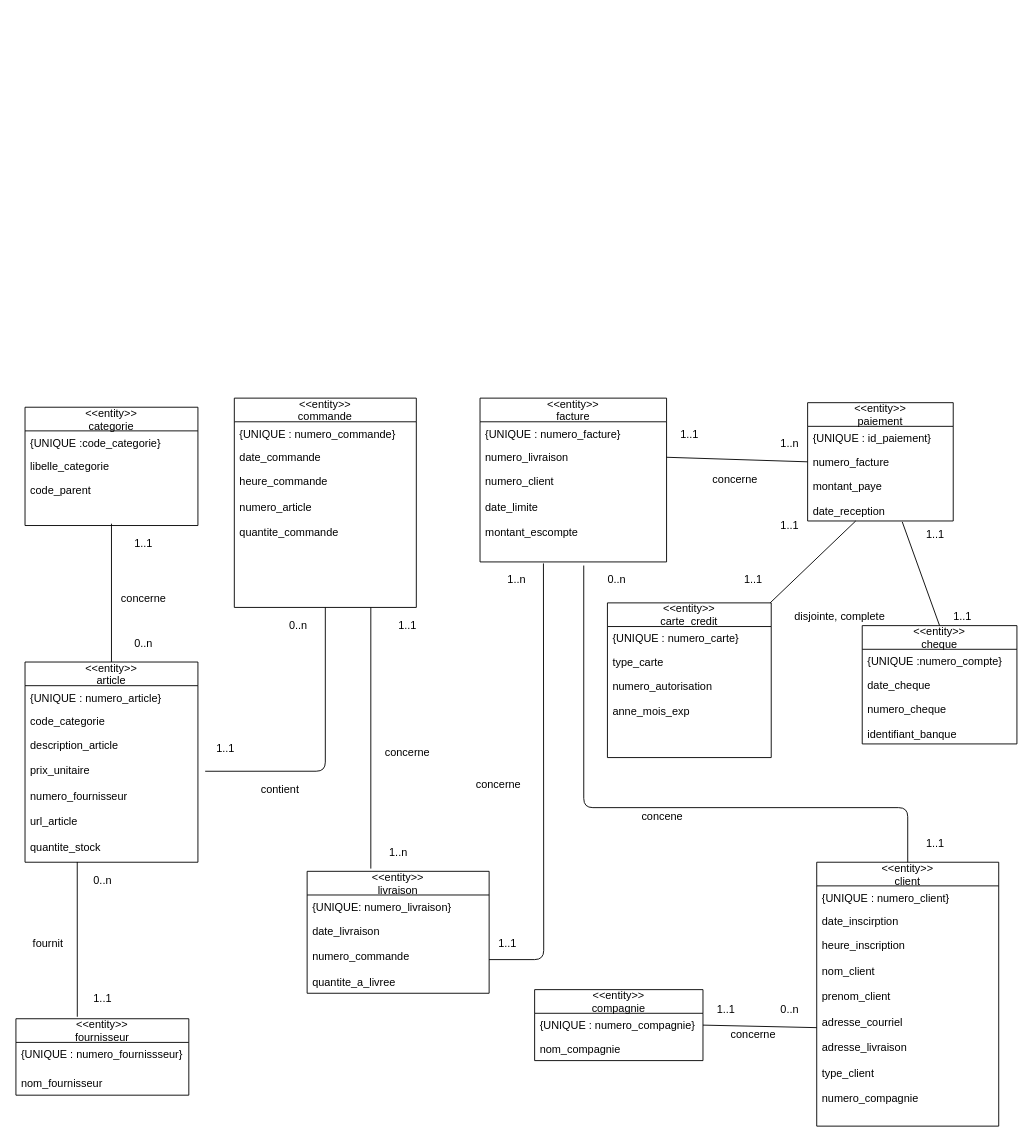
The draw.io diagram Untitled Diagram.drawio in bengattathadjali/MET1110, before the edit. Source tidied: cells renumbered, new cells numbered last; positions are measured from the earlier drawing's top-left corner, leaving out a move shared by most shapes. Both pictures are drawn from the tidied source at 91%, with x=0, y=0 at pixel (15, 398).
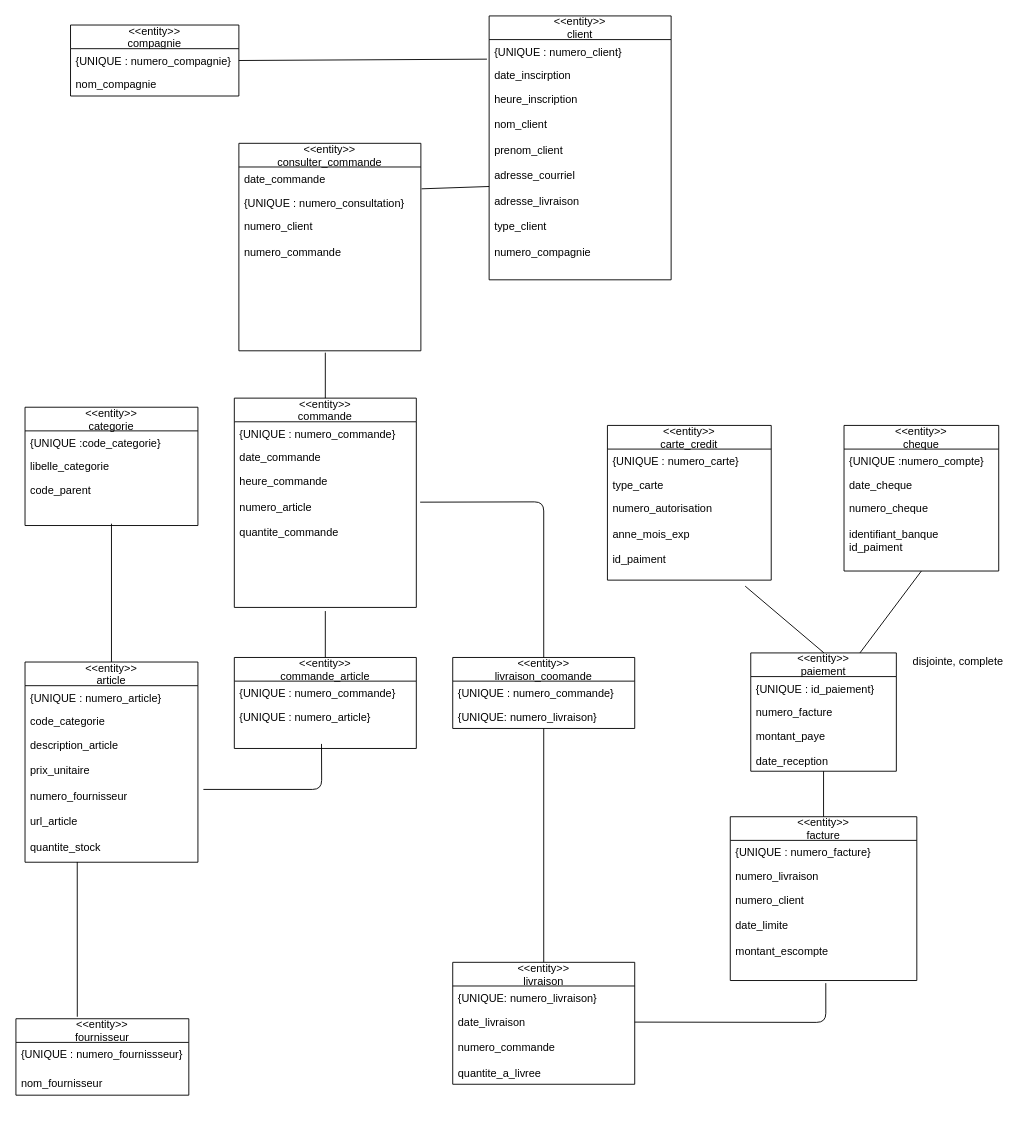
The same diagram, later.

The change refers to these unchanged cells:
```xml
<mxCell id="8" value="description_article&#10;&#10;prix_unitaire&#10;&#10;numero_fournisseur&#10;&#10;url_article&#10;&#10;quantite_stock" style="text;strokeColor=none;fillColor=none;align=left;verticalAlign=top;spacingLeft=4;spacingRight=4;overflow=hidden;points=[[0,0.5],[1,0.5]];portConstraint=eastwest;" parent="5" vertex="1">
  <mxGeometry y="78" width="190" height="142" as="geometry" />
</mxCell>
<mxCell id="15" value="date_livraison&#10;&#10;numero_commande&#10;&#10;quantite_a_livree" style="text;strokeColor=none;fillColor=none;align=left;verticalAlign=top;spacingLeft=4;spacingRight=4;overflow=hidden;points=[[0,0.5],[1,0.5]];portConstraint=eastwest;" parent="13" vertex="1">
  <mxGeometry y="52" width="200" height="82" as="geometry" />
</mxCell>
<mxCell id="16" value="&lt;&lt;entity&gt;&gt;&#10;commande" style="swimlane;fontStyle=0;horizontal=1;startSize=26;fillColor=none;" parent="1" vertex="1">
  <mxGeometry x="240" width="200" height="230" as="geometry" />
</mxCell>
<mxCell id="19" value="heure_commande&#10;&#10;numero_article&#10;&#10;quantite_commande&#10;&#10;" style="text;strokeColor=none;fillColor=none;align=left;verticalAlign=top;spacingLeft=4;spacingRight=4;overflow=hidden;points=[[0,0.5],[1,0.5]];portConstraint=eastwest;" parent="16" vertex="1">
  <mxGeometry y="78" width="200" height="152" as="geometry" />
</mxCell>
<mxCell id="22" value="date_inscirption" style="text;strokeColor=none;fillColor=none;align=left;verticalAlign=top;spacingLeft=4;spacingRight=4;overflow=hidden;points=[[0,0.5],[1,0.5]];portConstraint=eastwest;" parent="20" vertex="1">
  <mxGeometry y="52" width="200" height="26" as="geometry" />
</mxCell>
<mxCell id="23" value="heure_inscription&#10;&#10;nom_client&#10;&#10;prenom_client&#10;&#10;adresse_courriel&#10;&#10;adresse_livraison&#10;&#10;type_client&#10;&#10;numero_compagnie" style="text;strokeColor=none;fillColor=none;align=left;verticalAlign=top;spacingLeft=4;spacingRight=4;overflow=hidden;points=[[0,0.5],[1,0.5]];portConstraint=eastwest;" parent="20" vertex="1">
  <mxGeometry y="78" width="200" height="212" as="geometry" />
</mxCell>
<mxCell id="26" value="numero_livraison" style="text;strokeColor=none;fillColor=none;align=left;verticalAlign=top;spacingLeft=4;spacingRight=4;overflow=hidden;points=[[0,0.5],[1,0.5]];portConstraint=eastwest;" parent="24" vertex="1">
  <mxGeometry y="52" width="205" height="26" as="geometry" />
</mxCell>
<mxCell id="27" value="numero_client&#10;&#10;date_limite&#10;&#10;montant_escompte" style="text;strokeColor=none;fillColor=none;align=left;verticalAlign=top;spacingLeft=4;spacingRight=4;overflow=hidden;points=[[0,0.5],[1,0.5]];portConstraint=eastwest;" parent="24" vertex="1">
  <mxGeometry y="78" width="205" height="102" as="geometry" />
</mxCell>
<mxCell id="29" value="{UNIQUE : numero_compagnie}" style="text;strokeColor=none;fillColor=none;align=left;verticalAlign=top;spacingLeft=4;spacingRight=4;overflow=hidden;points=[[0,0.5],[1,0.5]];portConstraint=eastwest;" parent="28" vertex="1">
  <mxGeometry y="26" width="185" height="26" as="geometry" />
</mxCell>
<mxCell id="33" value="numero_facture" style="text;strokeColor=none;fillColor=none;align=left;verticalAlign=top;spacingLeft=4;spacingRight=4;overflow=hidden;points=[[0,0.5],[1,0.5]];portConstraint=eastwest;" parent="31" vertex="1">
  <mxGeometry y="52" width="160" height="26" as="geometry" />
</mxCell>
<mxCell id="34" value="montant_paye&#10;&#10;date_reception" style="text;strokeColor=none;fillColor=none;align=left;verticalAlign=top;spacingLeft=4;spacingRight=4;overflow=hidden;points=[[0,0.5],[1,0.5]];portConstraint=eastwest;" parent="31" vertex="1">
  <mxGeometry y="78" width="160" height="52" as="geometry" />
</mxCell>
```

Change to the diagram source:
```diff
@@
     <mxCell id="13" value="&lt;&lt;entity&gt;&gt;&#10;livraison" style="swimlane;fontStyle=0;horizontal=1;startSize=26;fillColor=none;" parent="1" vertex="1">
-      <mxGeometry x="320" y="520" width="200" height="134" as="geometry" />
+      <mxGeometry x="480" y="620" width="200" height="134" as="geometry" />
     </mxCell>
@@
     <mxCell id="20" value="&lt;&lt;entity&gt;&gt;&#10;client" style="swimlane;fontStyle=0;horizontal=1;startSize=26;fillColor=none;" parent="1" vertex="1">
-      <mxGeometry x="880" y="510" width="200" height="290" as="geometry" />
+      <mxGeometry x="520" y="-420" width="200" height="290" as="geometry" />
     </mxCell>
@@
     <mxCell id="24" value="&lt;&lt;entity&gt;&gt;&#10;facture" style="swimlane;fontStyle=0;horizontal=1;startSize=26;fillColor=none;" parent="1" vertex="1">
-      <mxGeometry x="510" width="205" height="180" as="geometry" />
+      <mxGeometry x="785" y="460" width="205" height="180" as="geometry" />
     </mxCell>
@@
     <mxCell id="28" value="&lt;&lt;entity&gt;&gt;&#10;compagnie" style="swimlane;fontStyle=0;horizontal=1;startSize=26;fillColor=none;" parent="1" vertex="1">
-      <mxGeometry x="570" y="650" width="185" height="78" as="geometry" />
+      <mxGeometry x="60" y="-410" width="185" height="78" as="geometry" />
     </mxCell>
@@
     <mxCell id="31" value="&lt;&lt;entity&gt;&gt;&#10;paiement" style="swimlane;fontStyle=0;horizontal=1;startSize=26;fillColor=none;" parent="1" vertex="1">
-      <mxGeometry x="870" y="5" width="160" height="130" as="geometry" />
+      <mxGeometry x="807.5" y="280" width="160" height="130" as="geometry" />
     </mxCell>
@@
     <mxCell id="35" value="&lt;&lt;entity&gt;&gt;&#10;carte_credit" style="swimlane;fontStyle=0;horizontal=1;startSize=26;fillColor=none;" parent="1" vertex="1">
-      <mxGeometry x="650" y="225" width="180" height="170" as="geometry" />
+      <mxGeometry x="650" y="30" width="180" height="170" as="geometry" />
     </mxCell>
@@
-    <mxCell id="38" value="numero_autorisation&#10;&#10;anne_mois_exp&#10;&#10;&#10;" style="text;strokeColor=none;fillColor=none;align=left;verticalAlign=top;spacingLeft=4;spacingRight=4;overflow=hidden;points=[[0,0.5],[1,0.5]];portConstraint=eastwest;" parent="35" vertex="1">
+    <mxCell id="38" value="numero_autorisation&#10;&#10;anne_mois_exp&#10;&#10;id_paiment&#10;" style="text;strokeColor=none;fillColor=none;align=left;verticalAlign=top;spacingLeft=4;spacingRight=4;overflow=hidden;points=[[0,0.5],[1,0.5]];portConstraint=eastwest;" parent="35" vertex="1">
       <mxGeometry y="78" width="180" height="92" as="geometry" />
     </mxCell>
     <mxCell id="39" value="&lt;&lt;entity&gt;&gt;&#10;cheque" style="swimlane;fontStyle=0;horizontal=1;startSize=26;fillColor=none;" parent="1" vertex="1">
-      <mxGeometry x="930" y="250" width="170" height="130" as="geometry" />
+      <mxGeometry x="910" y="30" width="170" height="160" as="geometry" />
     </mxCell>
@@
-    <mxCell id="42" value="numero_cheque&#10;&#10;identifiant_banque" style="text;strokeColor=none;fillColor=none;align=left;verticalAlign=top;spacingLeft=4;spacingRight=4;overflow=hidden;" parent="39" vertex="1">
-      <mxGeometry y="78" width="170" height="52" as="geometry" />
+    <mxCell id="42" value="numero_cheque&#10;&#10;identifiant_banque&#10;id_paiment" style="text;strokeColor=none;fillColor=none;align=left;verticalAlign=top;spacingLeft=4;spacingRight=4;overflow=hidden;" parent="39" vertex="1">
+      <mxGeometry y="78" width="170" height="82" as="geometry" />
     </mxCell>
@@
-    <mxCell id="45" style="endArrow=none;html=1;entryX=1.042;entryY=0.296;entryDx=0;entryDy=0;entryPerimeter=0;" parent="1" edge="1" source="19" target="8">
-      <mxGeometry relative="1" as="geometry">
-        <Array as="points">
-          <mxPoint x="340" y="410" />
-        </Array>
-      </mxGeometry>
-    </mxCell>
-    <mxCell id="46" style="endArrow=none;html=1;exitX=0.75;exitY=1;exitDx=0;exitDy=0;" parent="1" edge="1" source="16">
-      <mxGeometry relative="1" as="geometry">
-        <mxPoint x="390" y="517" as="targetPoint" />
-      </mxGeometry>
-    </mxCell>
-    <mxCell id="47" style="endArrow=none;html=1;entryX=0.34;entryY=1.016;entryDx=0;entryDy=0;entryPerimeter=0;" parent="1" edge="1" target="27">
+    <mxCell id="47" style="endArrow=none;html=1;entryX=0.512;entryY=1.028;entryDx=0;entryDy=0;entryPerimeter=0;exitX=1;exitY=0.167;exitDx=0;exitDy=0;exitPerimeter=0;" parent="1" edge="1" source="15" target="27">
       <mxGeometry relative="1" as="geometry">
-        <mxPoint x="520" y="617" as="sourcePoint" />
         <Array as="points">
-          <mxPoint x="580" y="617" />
+          <mxPoint x="890" y="686" />
         </Array>
       </mxGeometry>
     </mxCell>
-    <mxCell id="48" style="endArrow=none;html=1;entryX=0.5;entryY=0;entryDx=0;entryDy=0;exitX=0.556;exitY=1.039;exitDx=0;exitDy=0;exitPerimeter=0;" parent="1" edge="1" source="27" target="20">
-      <mxGeometry relative="1" as="geometry">
-        <Array as="points">
-          <mxPoint x="624" y="450" />
-          <mxPoint x="980" y="450" />
-        </Array>
-      </mxGeometry>
-    </mxCell>
-    <mxCell id="49" style="endArrow=none;html=1;exitX=1;exitY=0.5;exitDx=0;exitDy=0;entryX=0;entryY=0.5;entryDx=0;entryDy=0;" parent="1" edge="1" source="26" target="33">
-      <mxGeometry relative="1" as="geometry" />
-    </mxCell>
-    <mxCell id="50" style="endArrow=none;html=1;" parent="1" edge="1" source="34" target="35">
-      <mxGeometry relative="1" as="geometry" />
-    </mxCell>
-    <mxCell id="51" style="endArrow=none;html=1;exitX=0.65;exitY=1.019;exitDx=0;exitDy=0;exitPerimeter=0;entryX=0.5;entryY=0;entryDx=0;entryDy=0;" parent="1" edge="1" source="34" target="39">
-      <mxGeometry relative="1" as="geometry" />
-    </mxCell>
-    <mxCell id="52" value="1..1" style="text;html=1;align=center;verticalAlign=middle;" parent="1" vertex="1">
-      <mxGeometry x="120" y="150" width="40" height="20" as="geometry" />
-    </mxCell>
-    <mxCell id="53" value="0..n" style="text;html=1;align=center;verticalAlign=middle;" parent="1" vertex="1">
-      <mxGeometry x="120" y="260" width="40" height="20" as="geometry" />
-    </mxCell>
-    <mxCell id="54" value="concerne" style="text;html=1;align=center;verticalAlign=middle;" parent="1" vertex="1">
-      <mxGeometry x="110" y="210" width="60" height="20" as="geometry" />
-    </mxCell>
-    <mxCell id="55" value="fournit" style="text;html=1;align=center;verticalAlign=middle;" parent="1" vertex="1">
-      <mxGeometry x="10" y="590" width="50" height="20" as="geometry" />
-    </mxCell>
-    <mxCell id="56" value="0..n" style="text;html=1;align=center;verticalAlign=middle;" parent="1" vertex="1">
-      <mxGeometry x="75" y="520" width="40" height="20" as="geometry" />
-    </mxCell>
-    <mxCell id="57" value="1..1" style="text;html=1;align=center;verticalAlign=middle;" parent="1" vertex="1">
-      <mxGeometry x="75" y="650" width="40" height="20" as="geometry" />
-    </mxCell>
-    <mxCell id="58" value="0..n" style="text;html=1;align=center;verticalAlign=middle;" parent="1" vertex="1">
-      <mxGeometry x="290" y="240" width="40" height="20" as="geometry" />
-    </mxCell>
-    <mxCell id="59" style="endArrow=none;html=1;exitX=1;exitY=0.5;exitDx=0;exitDy=0;" parent="1" edge="1" source="29" target="23">
+    <mxCell id="59" style="endArrow=none;html=1;exitX=1;exitY=0.5;exitDx=0;exitDy=0;entryX=-0.012;entryY=-0.173;entryDx=0;entryDy=0;entryPerimeter=0;" parent="1" edge="1" source="29" target="22">
       <mxGeometry relative="1" as="geometry" />
     </mxCell>
     <mxCell id="60" value="disjointe, complete" style="text;html=1;align=center;verticalAlign=middle;" parent="1" vertex="1">
-      <mxGeometry x="850" y="230" width="110" height="20" as="geometry" />
+      <mxGeometry x="980" y="280" width="110" height="20" as="geometry" />
     </mxCell>
-    <mxCell id="61" value="1..1" style="text;html=1;align=center;verticalAlign=middle;" parent="1" vertex="1">
-      <mxGeometry x="210" y="375" width="40" height="20" as="geometry" />
-    </mxCell>
-    <mxCell id="62" value="1..n" style="text;html=1;align=center;verticalAlign=middle;" parent="1" vertex="1">
-      <mxGeometry x="400" y="490" width="40" height="20" as="geometry" />
-    </mxCell>
-    <mxCell id="63" value="1..1" style="text;html=1;align=center;verticalAlign=middle;" parent="1" vertex="1">
-      <mxGeometry x="410" y="240" width="40" height="20" as="geometry" />
-    </mxCell>
-    <mxCell id="64" value="1..1" style="text;html=1;align=center;verticalAlign=middle;" parent="1" vertex="1">
-      <mxGeometry x="520" y="590" width="40" height="20" as="geometry" />
-    </mxCell>
-    <mxCell id="65" value="1..n" style="text;html=1;align=center;verticalAlign=middle;" parent="1" vertex="1">
-      <mxGeometry x="530" y="190" width="40" height="20" as="geometry" />
-    </mxCell>
-    <mxCell id="66" value="0..n" style="text;html=1;align=center;verticalAlign=middle;" parent="1" vertex="1">
-      <mxGeometry x="830" y="662" width="40" height="20" as="geometry" />
-    </mxCell>
-    <mxCell id="67" value="1..1" style="text;html=1;align=center;verticalAlign=middle;" parent="1" vertex="1">
-      <mxGeometry x="760" y="662" width="40" height="20" as="geometry" />
-    </mxCell>
-    <mxCell id="68" value="0..n" style="text;html=1;align=center;verticalAlign=middle;" parent="1" vertex="1">
-      <mxGeometry x="640" y="190" width="40" height="20" as="geometry" />
-    </mxCell>
-    <mxCell id="69" value="1..1" style="text;html=1;align=center;verticalAlign=middle;" parent="1" vertex="1">
-      <mxGeometry x="990" y="480" width="40" height="20" as="geometry" />
-    </mxCell>
-    <mxCell id="70" value="1..n" style="text;html=1;align=center;verticalAlign=middle;" parent="1" vertex="1">
-      <mxGeometry x="830" y="40" width="40" height="20" as="geometry" />
-    </mxCell>
-    <mxCell id="71" value="1..1" style="text;html=1;align=center;verticalAlign=middle;" parent="1" vertex="1">
-      <mxGeometry x="720" y="30" width="40" height="20" as="geometry" />
-    </mxCell>
-    <mxCell id="72" value="1..1" style="text;html=1;align=center;verticalAlign=middle;" parent="1" vertex="1">
-      <mxGeometry x="990" y="140" width="40" height="20" as="geometry" />
-    </mxCell>
-    <mxCell id="73" value="1..1" style="text;html=1;align=center;verticalAlign=middle;" parent="1" vertex="1">
-      <mxGeometry x="1020" y="230" width="40" height="20" as="geometry" />
-    </mxCell>
-    <mxCell id="74" value="1..1" style="text;html=1;align=center;verticalAlign=middle;" parent="1" vertex="1">
-      <mxGeometry x="830" y="130" width="40" height="20" as="geometry" />
-    </mxCell>
-    <mxCell id="75" value="1..1" style="text;html=1;align=center;verticalAlign=middle;" parent="1" vertex="1">
-      <mxGeometry x="790" y="190" width="40" height="20" as="geometry" />
-    </mxCell>
-    <mxCell id="76" value="contient" style="text;html=1;align=center;verticalAlign=middle;" parent="1" vertex="1">
-      <mxGeometry x="260" y="420" width="60" height="20" as="geometry" />
-    </mxCell>
-    <mxCell id="77" value="concerne" style="text;html=1;align=center;verticalAlign=middle;" parent="1" vertex="1">
-      <mxGeometry x="400" y="380" width="60" height="20" as="geometry" />
-    </mxCell>
-    <mxCell id="78" value="concerne" style="text;html=1;align=center;verticalAlign=middle;" parent="1" vertex="1">
-      <mxGeometry x="500" y="415" width="60" height="20" as="geometry" />
-    </mxCell>
-    <mxCell id="79" value="concerne" style="text;html=1;align=center;verticalAlign=middle;" parent="1" vertex="1">
-      <mxGeometry x="780" y="690" width="60" height="20" as="geometry" />
-    </mxCell>
-    <mxCell id="80" value="concene" style="text;html=1;align=center;verticalAlign=middle;" parent="1" vertex="1">
-      <mxGeometry x="680" y="450" width="60" height="20" as="geometry" />
-    </mxCell>
-    <mxCell id="81" value="concerne" style="text;html=1;align=center;verticalAlign=middle;" parent="1" vertex="1">
-      <mxGeometry x="760" y="80" width="60" height="20" as="geometry" />
-    </mxCell>
+    <mxCell id="82" style="endArrow=none;html=1;entryX=0.841;entryY=1.072;entryDx=0;entryDy=0;entryPerimeter=0;" parent="1" edge="1" source="31" target="38">
+      <mxGeometry relative="1" as="geometry">
+        <Array as="points">
+          <mxPoint x="888" y="280" />
+        </Array>
+      </mxGeometry>
+    </mxCell>
+    <mxCell id="83" style="endArrow=none;html=1;exitX=0.75;exitY=0;exitDx=0;exitDy=0;entryX=0.5;entryY=1;entryDx=0;entryDy=0;" parent="1" edge="1" source="31" target="39">
+      <mxGeometry relative="1" as="geometry" />
+    </mxCell>
+    <mxCell id="84" style="endArrow=none;html=1;exitX=0.5;exitY=0;exitDx=0;exitDy=0;" parent="1" edge="1" source="24" target="34">
+      <mxGeometry relative="1" as="geometry" />
+    </mxCell>
+    <mxCell id="85" value="&lt;&lt;entity&gt;&gt;&#10;consulter_commande" style="swimlane;fontStyle=0;horizontal=1;startSize=26;fillColor=none;" parent="1" vertex="1">
+      <mxGeometry x="245" y="-280" width="200" height="228" as="geometry" />
+    </mxCell>
+    <mxCell id="86" value="date_commande" style="text;strokeColor=none;fillColor=none;align=left;verticalAlign=top;spacingLeft=4;spacingRight=4;overflow=hidden;" parent="85" vertex="1">
+      <mxGeometry y="26" width="200" height="26" as="geometry" />
+    </mxCell>
+    <mxCell id="87" value="{UNIQUE : numero_consultation}" style="text;strokeColor=none;fillColor=none;align=left;verticalAlign=top;spacingLeft=4;spacingRight=4;overflow=hidden;points=[[0,0.5],[1,0.5]];portConstraint=eastwest;" parent="85" vertex="1">
+      <mxGeometry y="52" width="200" height="26" as="geometry" />
+    </mxCell>
+    <mxCell id="88" value="numero_client&#10;&#10;numero_commande" style="text;strokeColor=none;fillColor=none;align=left;verticalAlign=top;spacingLeft=4;spacingRight=4;overflow=hidden;" parent="85" vertex="1">
+      <mxGeometry y="78" width="200" height="150" as="geometry" />
+    </mxCell>
+    <mxCell id="89" style="endArrow=none;html=1;exitX=1.004;exitY=-0.077;exitDx=0;exitDy=0;exitPerimeter=0;" parent="1" edge="1" source="87" target="23">
+      <mxGeometry relative="1" as="geometry" />
+    </mxCell>
+    <mxCell id="90" style="endArrow=none;html=1;exitX=0.5;exitY=0;exitDx=0;exitDy=0;" parent="1" edge="1" source="16">
+      <mxGeometry relative="1" as="geometry">
+        <mxPoint x="340" y="-50" as="targetPoint" />
+      </mxGeometry>
+    </mxCell>
+    <mxCell id="91" value="&lt;&lt;entity&gt;&gt;&#10;livraison_coomande" style="swimlane;fontStyle=0;horizontal=1;startSize=26;fillColor=none;" parent="1" vertex="1">
+      <mxGeometry x="480" y="285" width="200" height="78" as="geometry" />
+    </mxCell>
+    <mxCell id="92" value="{UNIQUE : numero_commande}" style="text;strokeColor=none;fillColor=none;align=left;verticalAlign=top;spacingLeft=4;spacingRight=4;overflow=hidden;" parent="91" vertex="1">
+      <mxGeometry y="26" width="200" height="26" as="geometry" />
+    </mxCell>
+    <mxCell id="93" value="{UNIQUE: numero_livraison}" style="text;strokeColor=none;fillColor=none;align=left;verticalAlign=top;spacingLeft=4;spacingRight=4;overflow=hidden;points=[[0,0.5],[1,0.5]];portConstraint=eastwest;" parent="91" vertex="1">
+      <mxGeometry y="52" width="200" height="26" as="geometry" />
+    </mxCell>
+    <mxCell id="94" value="&lt;&lt;entity&gt;&gt;&#10;commande_article" style="swimlane;fontStyle=0;horizontal=1;startSize=26;fillColor=none;" parent="1" vertex="1">
+      <mxGeometry x="240" y="285" width="200" height="100" as="geometry" />
+    </mxCell>
+    <mxCell id="95" value="{UNIQUE : numero_commande}" style="text;strokeColor=none;fillColor=none;align=left;verticalAlign=top;spacingLeft=4;spacingRight=4;overflow=hidden;" parent="94" vertex="1">
+      <mxGeometry y="26" width="200" height="26" as="geometry" />
+    </mxCell>
+    <mxCell id="96" value="{UNIQUE : numero_article}" style="text;strokeColor=none;fillColor=none;align=left;verticalAlign=top;spacingLeft=4;spacingRight=4;overflow=hidden;" parent="94" vertex="1">
+      <mxGeometry y="52" width="200" height="26" as="geometry" />
+    </mxCell>
+    <mxCell id="97" value="&#10;" style="text;strokeColor=none;fillColor=none;align=left;verticalAlign=top;spacingLeft=4;spacingRight=4;overflow=hidden;points=[[0,0.5],[1,0.5]];portConstraint=eastwest;" parent="94" vertex="1">
+      <mxGeometry y="78" width="200" height="22" as="geometry" />
+    </mxCell>
+    <mxCell id="98" style="endArrow=none;html=1;exitX=1.021;exitY=0.239;exitDx=0;exitDy=0;exitPerimeter=0;entryX=0.5;entryY=0;entryDx=0;entryDy=0;" parent="1" edge="1" source="19" target="91">
+      <mxGeometry relative="1" as="geometry">
+        <Array as="points">
+          <mxPoint x="580" y="114" />
+        </Array>
+      </mxGeometry>
+    </mxCell>
+    <mxCell id="99" style="endArrow=none;html=1;exitX=0.5;exitY=0;exitDx=0;exitDy=0;" parent="1" edge="1" source="13" target="93">
+      <mxGeometry relative="1" as="geometry" />
+    </mxCell>
+    <mxCell id="100" style="endArrow=none;html=1;entryX=0.479;entryY=0.773;entryDx=0;entryDy=0;entryPerimeter=0;" parent="1" edge="1" target="97">
+      <mxGeometry relative="1" as="geometry">
+        <mxPoint x="206" y="430" as="sourcePoint" />
+        <Array as="points">
+          <mxPoint x="336" y="430" />
+        </Array>
+      </mxGeometry>
+    </mxCell>
+    <mxCell id="101" style="endArrow=none;html=1;entryX=0.5;entryY=0;entryDx=0;entryDy=0;" parent="1" edge="1" target="94">
+      <mxGeometry relative="1" as="geometry">
+        <mxPoint x="340" y="234" as="sourcePoint" />
+      </mxGeometry>
+    </mxCell>
```
